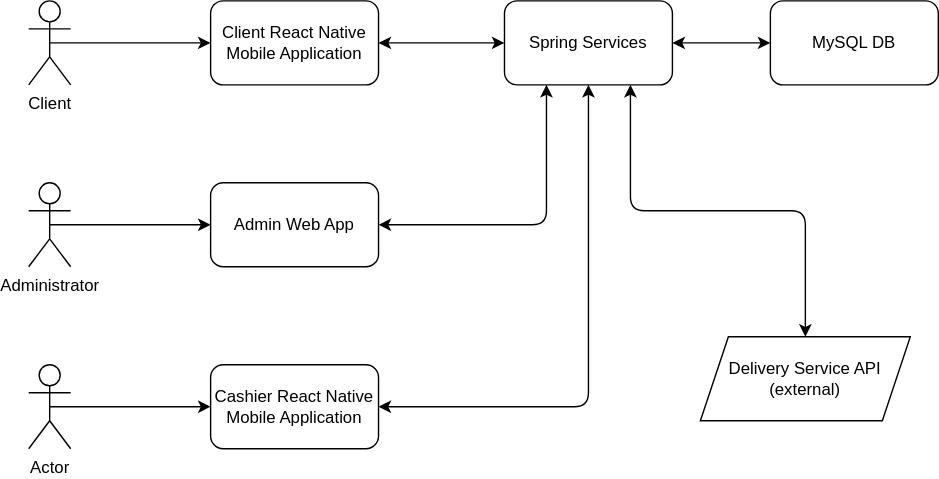
macovei-alex/PizzeriaQRoman keeps this draw.io diagram as doc/arhitectura-sistem.svg. Above is the earlier version. Source tidied: cells renumbered, new cells last; positions are measured from the earlier drawing's top-left corner, leaving out a move shared by most shapes.
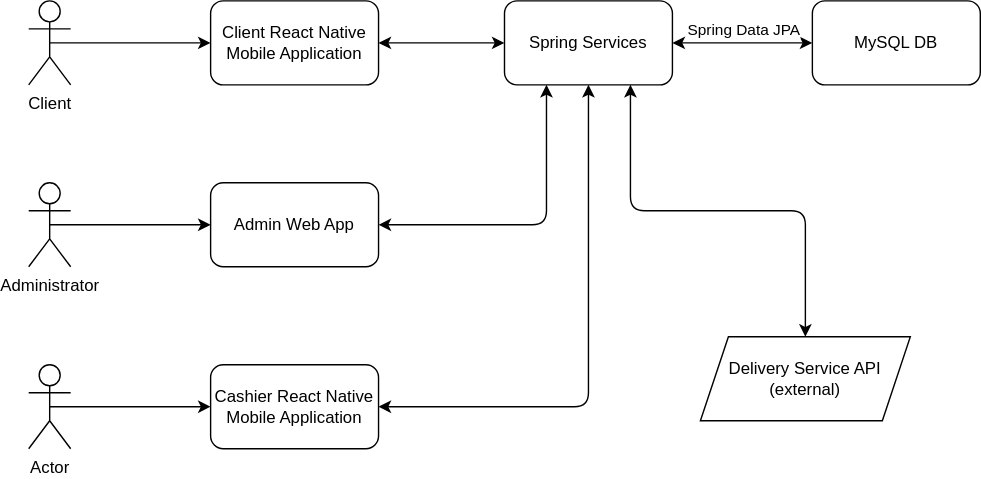
After the change.

Change to the diagram source:
```diff
@@ -12,6 +12,11 @@
         </Array>
       </mxGeometry>
     </mxCell>
+    <mxCell id="20" value="Spring Data JPA" style="edgeLabel;html=1;align=center;verticalAlign=middle;" parent="3" vertex="1">
+      <mxGeometry x="0.26" y="3" relative="1" as="geometry">
+        <mxPoint x="-13" y="-7" as="offset" />
+      </mxGeometry>
+    </mxCell>
     <mxCell id="4" style="edgeStyle=none;html=1;exitX=1;exitY=0.5;exitDx=0;exitDy=0;entryX=0;entryY=0.5;entryDx=0;entryDy=0;startArrow=classic;startFill=1;" parent="1" edge="1" source="9" target="5">
       <mxGeometry relative="1" as="geometry" />
     </mxCell>
@@ -19,7 +24,7 @@
       <mxGeometry x="340" width="120" height="60" as="geometry" />
     </mxCell>
     <mxCell id="6" value="MySQL DB" style="rounded=1;whiteSpace=wrap;html=1;" parent="1" vertex="1">
-      <mxGeometry x="530" width="120" height="60" as="geometry" />
+      <mxGeometry x="560" width="120" height="60" as="geometry" />
     </mxCell>
     <mxCell id="7" style="edgeStyle=none;html=1;exitX=0.5;exitY=0.5;exitDx=0;exitDy=0;exitPerimeter=0;entryX=0;entryY=0.5;entryDx=0;entryDy=0;" parent="1" edge="1" source="8" target="9">
       <mxGeometry relative="1" as="geometry" />
```
